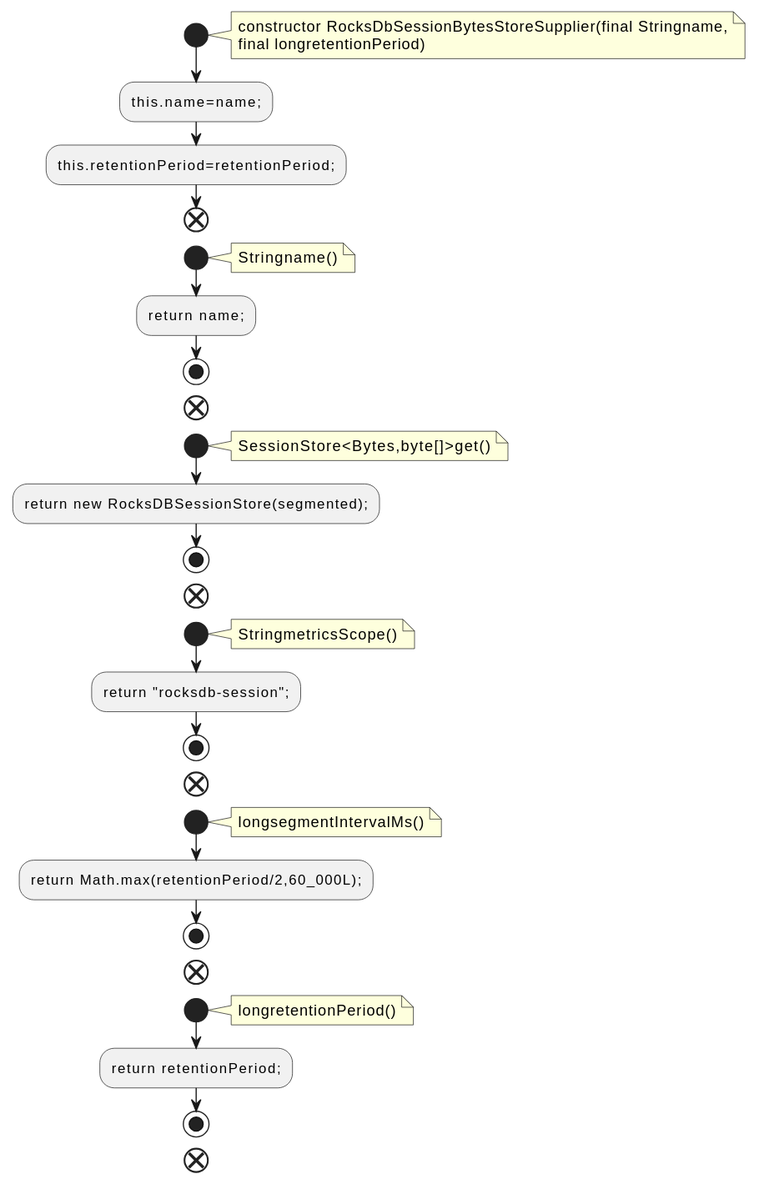
Above: docs/qc/streams/src/main/java/org/apache/kafka/streams/state/internals/RocksDbSessionBytesStoreSupplier.java.fct.svg in qualitesys/kafka (PlantUML), before the change.
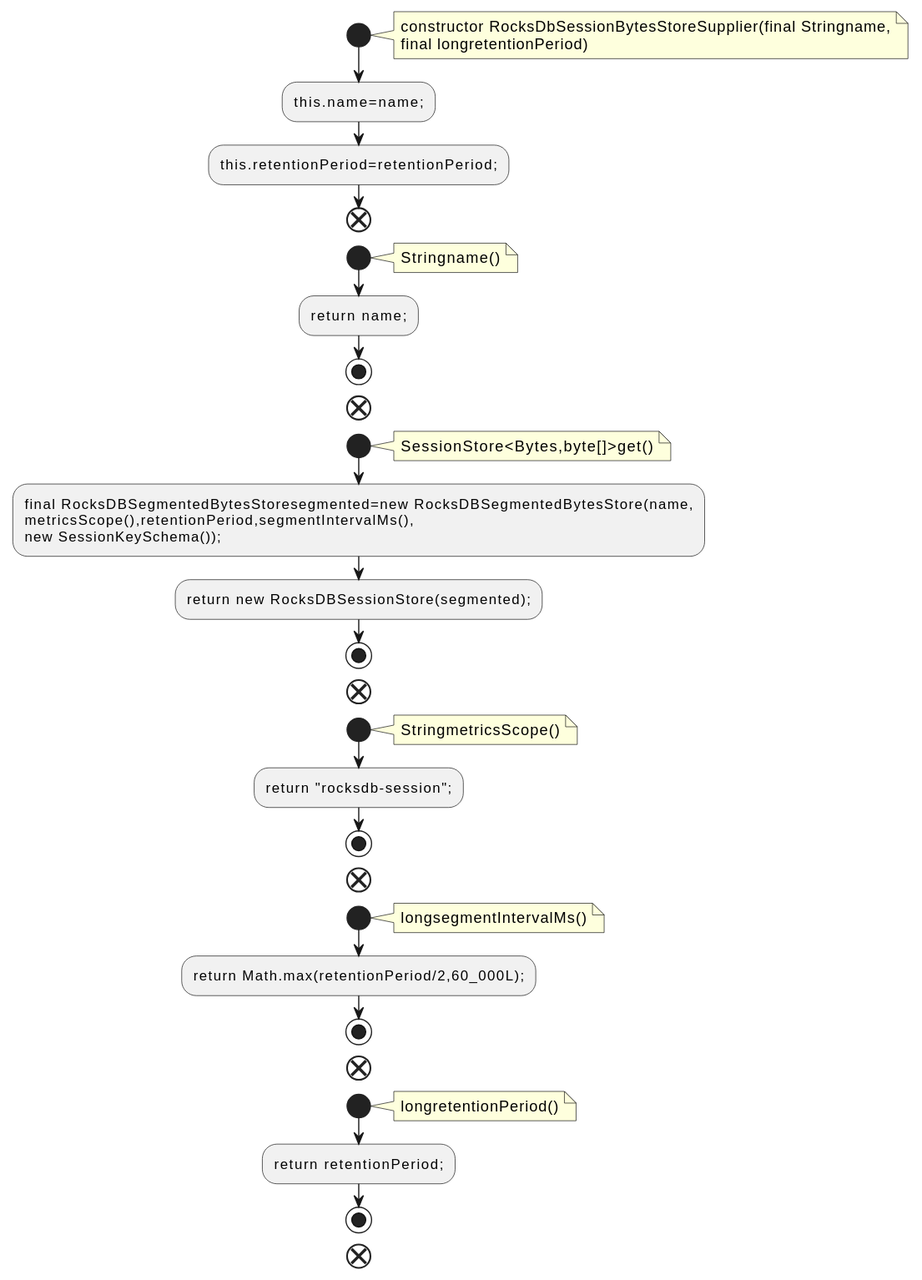
After the change.

The edit, as a diff of the source:
```diff
@@ -19,6 +19,9 @@
 note right
 SessionStore<Bytes,byte[]>get()
 end note
+:final RocksDBSegmentedBytesStoresegmented=new RocksDBSegmentedBytesStore(name,
+metricsScope(),retentionPeriod,segmentIntervalMs(),
+new SessionKeySchema());;
 :return new RocksDBSessionStore(segmented);;
 stop
 end
```
